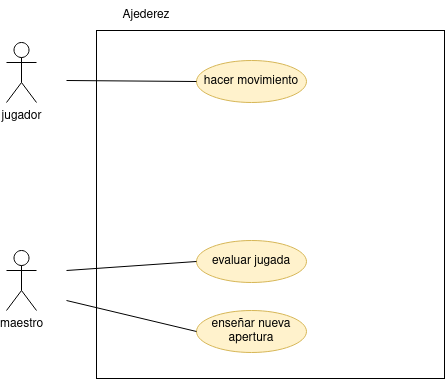
Before: diagramas-cu/tarea2/tarea2cu.png, a diagram exported from draw.io (javigh193/ets). Source tidied: cells renumbered, new cells last; positions are measured from the earlier drawing's top-left corner, leaving out a move shared by most shapes. Source of this version:
```xml
<mxGraphModel>
  <root>
    <mxCell id="0" />
    <mxCell id="1" parent="0" />
    <mxCell id="2" value="jugador" style="shape=umlActor;verticalLabelPosition=bottom;verticalAlign=top;html=1;" parent="1" vertex="1">
      <mxGeometry y="42" width="30" height="60" as="geometry" />
    </mxCell>
    <mxCell id="3" value="maestro" style="shape=umlActor;verticalLabelPosition=bottom;verticalAlign=top;html=1;" parent="1" vertex="1">
      <mxGeometry y="250" width="30" height="60" as="geometry" />
    </mxCell>
    <mxCell id="4" value="hacer movimiento" style="ellipse;whiteSpace=wrap;html=1;align=center;newEdgeStyle={&quot;edgeStyle&quot;:&quot;entityRelationEdgeStyle&quot;,&quot;startArrow&quot;:&quot;none&quot;,&quot;endArrow&quot;:&quot;none&quot;,&quot;segment&quot;:10,&quot;curved&quot;:1,&quot;sourcePerimeterSpacing&quot;:0,&quot;targetPerimeterSpacing&quot;:0};fillColor=#fff2cc;strokeColor=#d6b656;" parent="1" vertex="1">
      <mxGeometry x="190" y="60" width="110" height="42" as="geometry" />
    </mxCell>
    <mxCell id="5" value="evaluar jugada" style="ellipse;whiteSpace=wrap;html=1;align=center;newEdgeStyle={&quot;edgeStyle&quot;:&quot;entityRelationEdgeStyle&quot;,&quot;startArrow&quot;:&quot;none&quot;,&quot;endArrow&quot;:&quot;none&quot;,&quot;segment&quot;:10,&quot;curved&quot;:1,&quot;sourcePerimeterSpacing&quot;:0,&quot;targetPerimeterSpacing&quot;:0};fillColor=#fff2cc;strokeColor=#d6b656;" parent="1" vertex="1">
      <mxGeometry x="190" y="240" width="110" height="42" as="geometry" />
    </mxCell>
    <mxCell id="6" value="enseñar nueva apertura" style="ellipse;whiteSpace=wrap;html=1;align=center;newEdgeStyle={&quot;edgeStyle&quot;:&quot;entityRelationEdgeStyle&quot;,&quot;startArrow&quot;:&quot;none&quot;,&quot;endArrow&quot;:&quot;none&quot;,&quot;segment&quot;:10,&quot;curved&quot;:1,&quot;sourcePerimeterSpacing&quot;:0,&quot;targetPerimeterSpacing&quot;:0};fillColor=#fff2cc;strokeColor=#d6b656;" parent="1" vertex="1">
      <mxGeometry x="190" y="310" width="110" height="42" as="geometry" />
    </mxCell>
    <mxCell id="7" style="endArrow=none;html=1;rounded=0;entryX=0;entryY=0.5;entryDx=0;entryDy=0;" parent="1" edge="1" target="4">
      <mxGeometry relative="1" as="geometry">
        <mxPoint x="60" y="80" as="sourcePoint" />
      </mxGeometry>
    </mxCell>
    <mxCell id="8" style="endArrow=none;html=1;rounded=0;entryX=0;entryY=0.5;entryDx=0;entryDy=0;" parent="1" edge="1" target="5">
      <mxGeometry relative="1" as="geometry">
        <mxPoint x="60" y="270" as="sourcePoint" />
      </mxGeometry>
    </mxCell>
    <mxCell id="9" style="endArrow=none;html=1;rounded=0;exitX=0;exitY=0.5;exitDx=0;exitDy=0;" parent="1" edge="1" source="6">
      <mxGeometry relative="1" as="geometry">
        <mxPoint x="60" y="300" as="targetPoint" />
      </mxGeometry>
    </mxCell>
    <mxCell id="10" style="whiteSpace=wrap;html=1;fillColor=none;" parent="1" vertex="1">
      <mxGeometry x="90" y="30" width="348" height="348" as="geometry" />
    </mxCell>
    <mxCell id="11" value="Ajederez" style="text;html=1;strokeColor=none;fillColor=none;align=center;verticalAlign=middle;whiteSpace=wrap;rounded=0;" parent="1" vertex="1">
      <mxGeometry x="110" width="60" height="30" as="geometry" />
    </mxCell>
  </root>
</mxGraphModel>
```
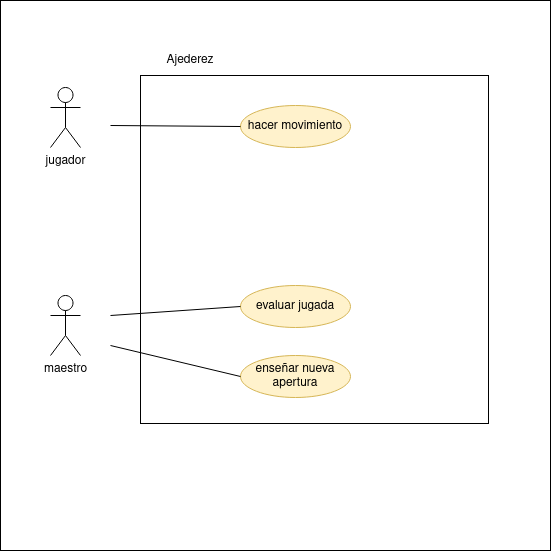
Later version of the same file.

What changed in the source:
```diff
@@ -2,6 +2,9 @@
   <root>
     <mxCell id="0" />
     <mxCell id="1" parent="0" />
+    <mxCell id="12" style="whiteSpace=wrap;html=1;fillColor=default;" parent="1" vertex="1">
+      <mxGeometry x="-50" y="-45" width="550" height="550" as="geometry" />
+    </mxCell>
     <mxCell id="2" value="jugador" style="shape=umlActor;verticalLabelPosition=bottom;verticalAlign=top;html=1;" parent="1" vertex="1">
       <mxGeometry y="42" width="30" height="60" as="geometry" />
     </mxCell>
```
